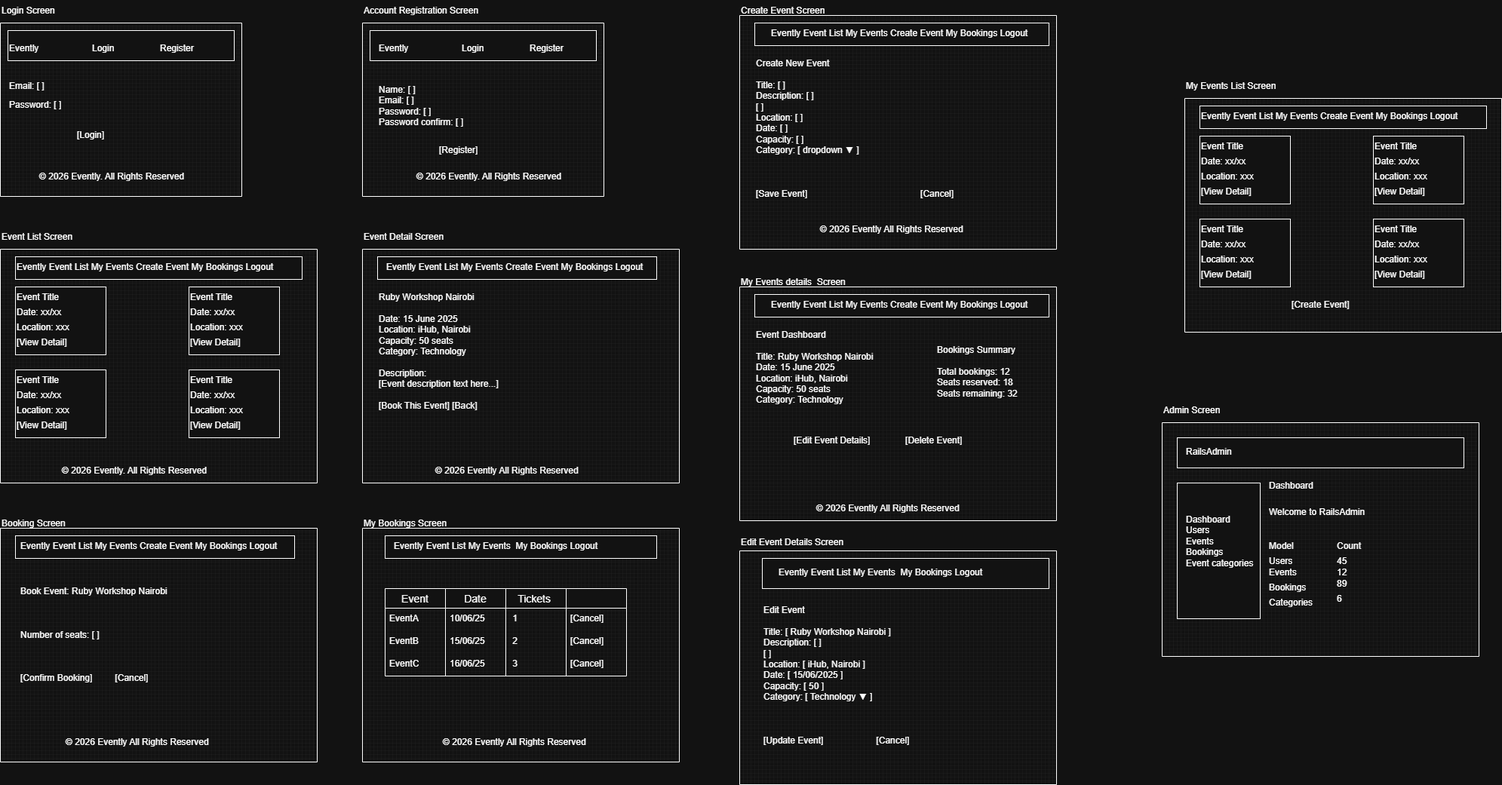
Earlier version of the draw.io export wireframes.png (Owens345/Requirement-definition). Source tidied: cells renumbered, new cells last; positions are measured from the earlier drawing's top-left corner, leaving out a move shared by most shapes.
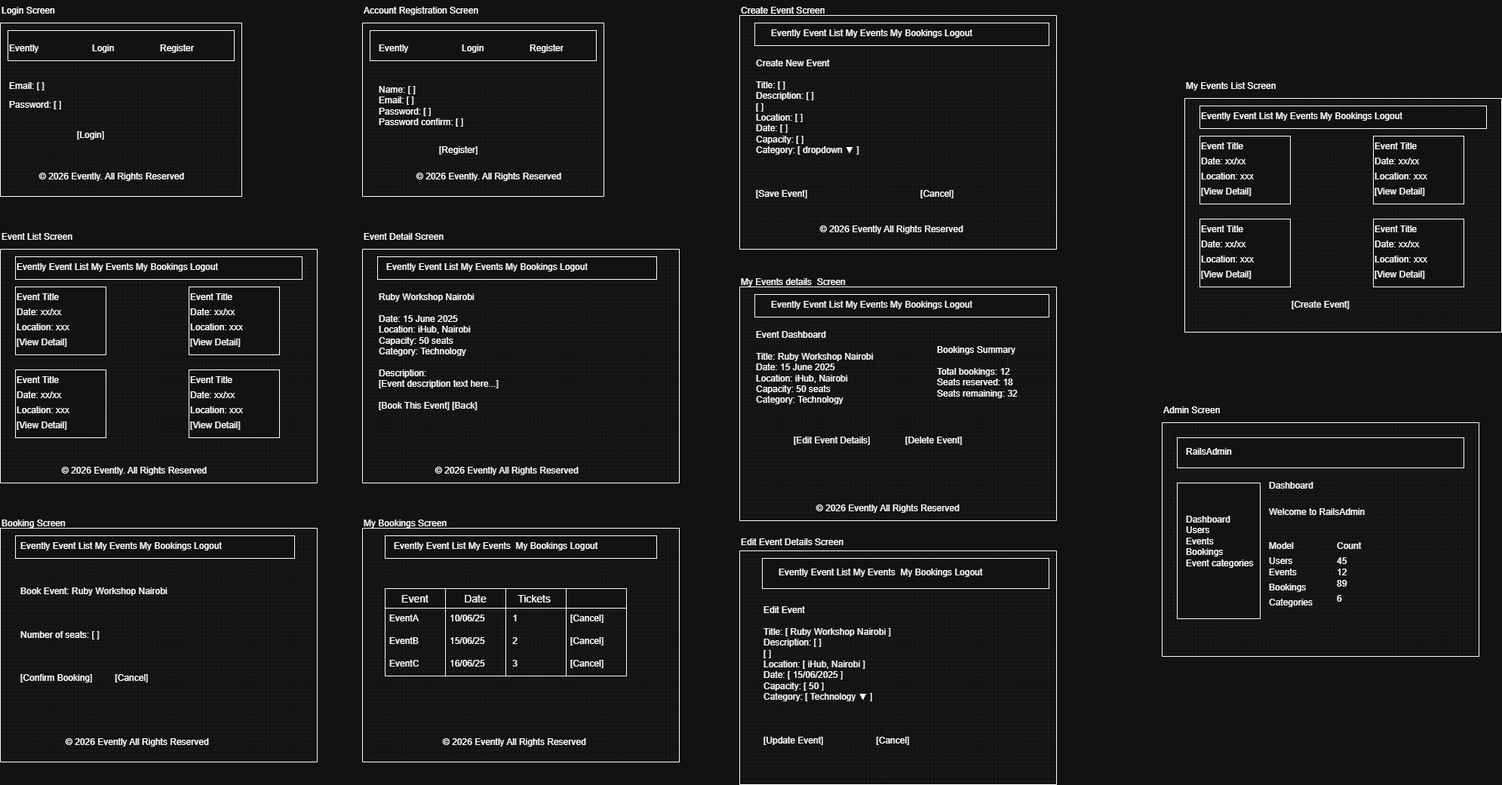
After the commit.

Diff of the diagram source:
```diff
@@ -68,9 +68,9 @@
     <mxCell id="23" style="rounded=0;whiteSpace=wrap;html=1;" parent="1" vertex="1">
       <mxGeometry x="20" y="340" width="380" height="30" as="geometry" />
     </mxCell>
-    <mxCell id="24" value="Evently   Event List   My Events   Create Event   My Bookings   Logout" style="text;whiteSpace=wrap;html=1;" parent="1" vertex="1">
-      <mxGeometry x="20" y="340" width="370" height="40" as="geometry" />
-    </mxCell>
+    <mxCell id="141" value="Evently   Event List   My Events My Bookings   Logout" style="text;whiteSpace=wrap;html=1;" parent="1" vertex="1">
+      <mxGeometry x="20" y="340" width="370" height="40" as="geometry" />
+    </mxCell>
     <mxCell id="25" style="rounded=0;whiteSpace=wrap;html=1;" parent="1" vertex="1">
       <mxGeometry x="20" y="380" width="120" height="90" as="geometry" />
     </mxCell>
@@ -143,9 +143,9 @@
     <mxCell id="48" style="rounded=0;whiteSpace=wrap;html=1;" parent="1" vertex="1">
       <mxGeometry x="500" y="340" width="370" height="30" as="geometry" />
     </mxCell>
-    <mxCell id="49" value="Evently   Event List   My Events   Create Event   My Bookings   Logout" style="text;whiteSpace=wrap;html=1;" parent="1" vertex="1">
-      <mxGeometry x="510" y="340" width="370" height="40" as="geometry" />
-    </mxCell>
+    <mxCell id="142" value="Evently   Event List   My Events My Bookings   Logout" style="text;whiteSpace=wrap;html=1;" parent="1" vertex="1">
+      <mxGeometry x="510" y="340" width="370" height="40" as="geometry" />
+    </mxCell>
     <mxCell id="50" value="Ruby Workshop Nairobi &#10; &#10;Date:      15 June 2025 &#10;Location:  iHub, Nairobi &#10;Capacity:  50 seats &#10;Category:  Technology &#10; &#10;Description: &#10;[Event description text here...] &#10; &#10;[Book This Event]     [Back]" style="text;whiteSpace=wrap;html=1;" parent="1" vertex="1">
       <mxGeometry x="500" y="380" width="240" height="180" as="geometry" />
     </mxCell>
@@ -161,9 +161,9 @@
     <mxCell id="54" style="rounded=0;whiteSpace=wrap;html=1;" parent="1" vertex="1">
       <mxGeometry x="20" y="710" width="370" height="30" as="geometry" />
     </mxCell>
-    <mxCell id="55" value="Evently   Event List   My Events   Create Event   My Bookings   Logout" style="text;whiteSpace=wrap;html=1;" parent="1" vertex="1">
-      <mxGeometry x="25" y="710" width="370" height="40" as="geometry" />
-    </mxCell>
+    <mxCell id="143" value="Evently   Event List   My Events My Bookings   Logout" style="text;whiteSpace=wrap;html=1;" parent="1" vertex="1">
+      <mxGeometry x="25" y="710" width="370" height="40" as="geometry" />
+    </mxCell>
     <mxCell id="56" value="Book Event: Ruby Workshop Nairobi&lt;br/&gt;&lt;br&gt;&lt;br/&gt;&lt;br&gt;Number of seats:  [        ]&lt;br/&gt;&lt;br&gt;&lt;br/&gt;&lt;br&gt;                  [Confirm Booking]&amp;nbsp; &amp;nbsp; &amp;nbsp; &amp;nbsp; &amp;nbsp;[Cancel]" style="text;whiteSpace=wrap;html=1;" parent="1" vertex="1">
       <mxGeometry x="25" y="770" width="230" height="100" as="geometry" />
     </mxCell>
@@ -242,9 +242,9 @@
     <mxCell id="81" style="rounded=0;whiteSpace=wrap;html=1;" parent="1" vertex="1">
       <mxGeometry x="1000" y="30" width="390" height="30" as="geometry" />
     </mxCell>
-    <mxCell id="82" value="Evently   Event List   My Events   Create Event   My Bookings   Logout" style="text;whiteSpace=wrap;html=1;" parent="1" vertex="1">
-      <mxGeometry x="1020" y="30" width="370" height="40" as="geometry" />
-    </mxCell>
+    <mxCell id="144" value="Evently   Event List   My Events My Bookings   Logout" style="text;whiteSpace=wrap;html=1;" parent="1" vertex="1">
+      <mxGeometry x="1020" y="30" width="370" height="40" as="geometry" />
+    </mxCell>
     <mxCell id="83" value="Create New Event&lt;br&gt;&lt;br&gt;Title:        [                              ]&lt;br&gt;Description:  [                              ]&lt;br&gt;[                              ]&lt;br&gt;Location:     [                              ]&lt;br&gt;Date:         [                              ]&lt;br&gt;Capacity:     [                              ]&lt;br&gt;Category:     [ dropdown ▼                  ]&lt;br&gt;&lt;br&gt;&lt;br&gt;&lt;br&gt;              [Save Event]&amp;nbsp; &amp;nbsp; &amp;nbsp; &amp;nbsp; &amp;nbsp; &amp;nbsp; &amp;nbsp; &amp;nbsp; &amp;nbsp; &amp;nbsp; &amp;nbsp; &amp;nbsp; &amp;nbsp; &amp;nbsp; &amp;nbsp; &amp;nbsp; &amp;nbsp; &amp;nbsp; &amp;nbsp; &amp;nbsp; &amp;nbsp; &amp;nbsp; &amp;nbsp;[Cancel]" style="text;whiteSpace=wrap;html=1;" parent="1" vertex="1">
       <mxGeometry x="1000" y="70" width="330" height="180" as="geometry" />
     </mxCell>
@@ -260,9 +260,9 @@
     <mxCell id="87" style="rounded=0;whiteSpace=wrap;html=1;" parent="1" vertex="1">
       <mxGeometry x="1000" y="390" width="390" height="30" as="geometry" />
     </mxCell>
-    <mxCell id="88" value="Evently   Event List   My Events   Create Event   My Bookings   Logout" style="text;whiteSpace=wrap;html=1;" parent="1" vertex="1">
-      <mxGeometry x="1020" y="390" width="370" height="40" as="geometry" />
-    </mxCell>
+    <mxCell id="145" value="Evently   Event List   My Events My Bookings   Logout" style="text;whiteSpace=wrap;html=1;" parent="1" vertex="1">
+      <mxGeometry x="1020" y="390" width="370" height="40" as="geometry" />
+    </mxCell>
     <mxCell id="89" value="Event Dashboard &#10; &#10;Title:     Ruby Workshop Nairobi &#10;Date:      15 June 2025 &#10;Location:  iHub, Nairobi &#10;Capacity:  50 seats &#10;Category:  Technology" style="text;whiteSpace=wrap;html=1;" parent="1" vertex="1">
       <mxGeometry x="1000" y="430" width="190" height="120" as="geometry" />
     </mxCell>
@@ -299,9 +299,9 @@
     <mxCell id="100" style="rounded=0;whiteSpace=wrap;html=1;" parent="1" vertex="1">
       <mxGeometry x="1590" y="140" width="380" height="30" as="geometry" />
     </mxCell>
-    <mxCell id="101" value="Evently   Event List   My Events   Create Event   My Bookings   Logout" style="text;whiteSpace=wrap;html=1;" parent="1" vertex="1">
-      <mxGeometry x="1590" y="140" width="370" height="40" as="geometry" />
-    </mxCell>
+    <mxCell id="146" value="Evently   Event List   My Events My Bookings   Logout" style="text;whiteSpace=wrap;html=1;" parent="1" vertex="1">
+      <mxGeometry x="1590" y="140" width="370" height="40" as="geometry" />
+    </mxCell>
     <mxCell id="102" style="rounded=0;whiteSpace=wrap;html=1;" parent="1" vertex="1">
       <mxGeometry x="1590" y="180" width="120" height="90" as="geometry" />
     </mxCell>
```
